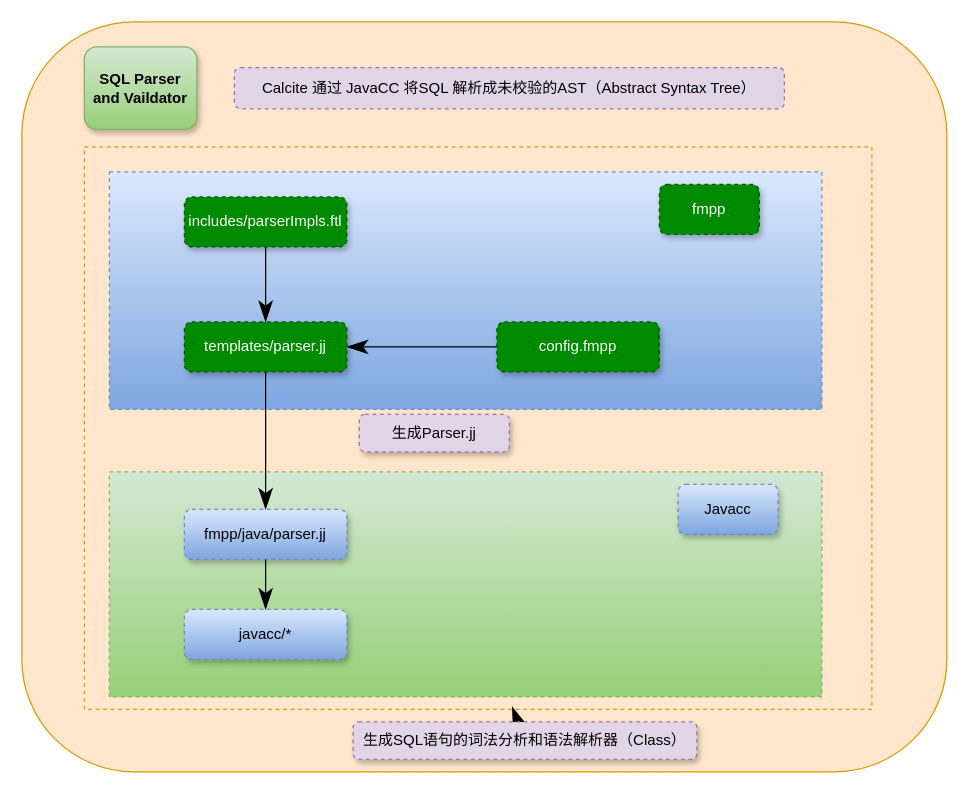
This is sql_parser.drawio from arlottang/tdh_bit, a draw.io file, before an edit. Source tidied: cells renumbered, new cells numbered last; positions are measured from the earlier drawing's top-left corner, leaving out a move shared by most shapes. Both pictures are drawn from the tidied source at 125%, with x=0, y=0 at pixel (21, 21).
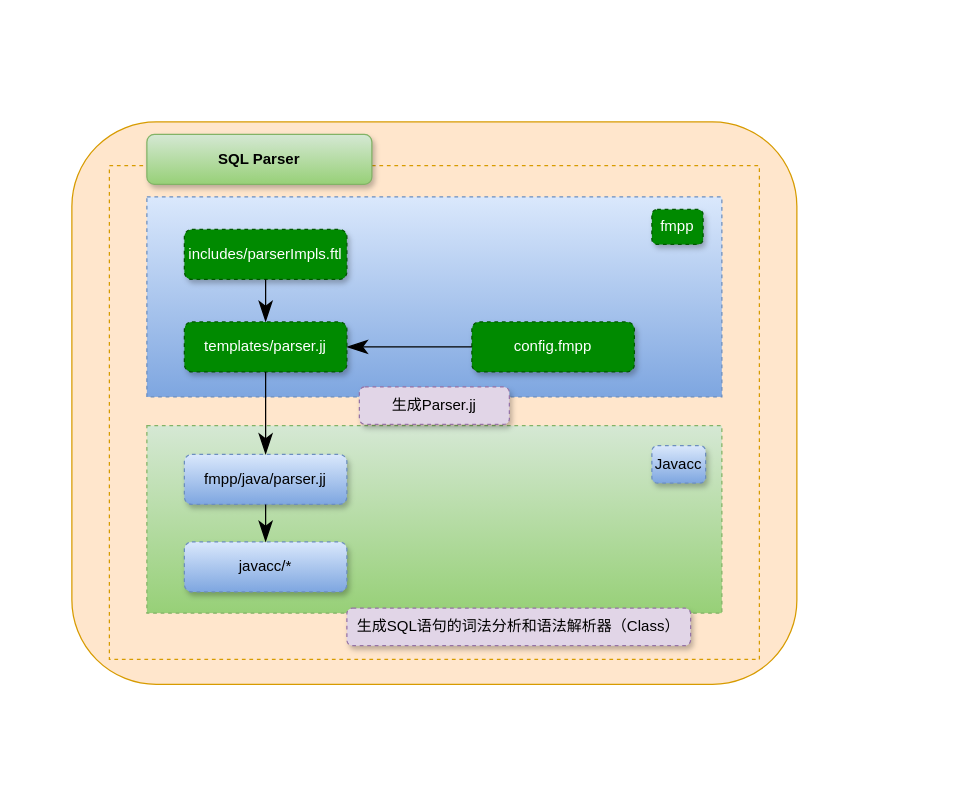
Above is the later version.

The edit, as a diff of the source:
```diff
@@
     <mxCell id="2" style="rounded=1;whiteSpace=wrap;html=1;hachureGap=4;fillColor=#ffe6cc;strokeColor=#d79b00;" parent="1" vertex="1">
-      <mxGeometry width="740" height="600" as="geometry" />
+      <mxGeometry x="40" y="80" width="580" height="450" as="geometry" />
     </mxCell>
-    <mxCell id="3" value="SQL Parser&lt;br&gt;and Vaildator" style="rounded=1;whiteSpace=wrap;html=1;shadow=1;glass=0;hachureGap=4;strokeWidth=1;fillColor=#d5e8d4;fontStyle=1;strokeColor=#82b366;gradientColor=#97d077;" parent="1" vertex="1">
-      <mxGeometry x="50" y="20" width="90" height="66" as="geometry" />
-    </mxCell>
     <mxCell id="4" style="rounded=0;whiteSpace=wrap;html=1;hachureGap=4;dashed=1;fillColor=#ffe6cc;strokeColor=#d79b00;" parent="1" vertex="1">
-      <mxGeometry x="50" y="100" width="630" height="450" as="geometry" />
+      <mxGeometry x="70" y="115" width="520" height="395" as="geometry" />
     </mxCell>
-    <mxCell id="5" value="Calcite 通过 JavaCC 将SQL 解析成未校验的AST（Abstract Syntax Tree）" style="rounded=1;whiteSpace=wrap;html=1;dashed=1;hachureGap=4;fillColor=#e1d5e7;strokeColor=#9673a6;" parent="1" vertex="1">
-      <mxGeometry x="170" y="36.5" width="440" height="33" as="geometry" />
-    </mxCell>
     <mxCell id="6" style="rounded=0;whiteSpace=wrap;html=1;dashed=1;hachureGap=4;fillColor=#dae8fc;strokeColor=#6c8ebf;gradientColor=#7ea6e0;" parent="1" vertex="1">
-      <mxGeometry x="70" y="120" width="570" height="190" as="geometry" />
+      <mxGeometry x="100" y="140" width="460" height="160" as="geometry" />
     </mxCell>
     <mxCell id="7" value="includes/parserImpls.ftl" style="rounded=1;whiteSpace=wrap;html=1;dashed=1;hachureGap=4;fillColor=#008a00;strokeColor=#005700;fontColor=#ffffff;shadow=1;" parent="1" vertex="1">
-      <mxGeometry x="130" y="140" width="130" height="40" as="geometry" />
+      <mxGeometry x="130" y="166" width="130" height="40" as="geometry" />
     </mxCell>
@@
     <mxCell id="9" value="fmpp" style="rounded=1;whiteSpace=wrap;html=1;dashed=1;hachureGap=4;shadow=1;fillColor=#008a00;strokeColor=#005700;fontColor=#ffffff;" parent="1" vertex="1">
-      <mxGeometry x="510" y="130" width="80" height="40" as="geometry" />
+      <mxGeometry x="504" y="150" width="41" height="28" as="geometry" />
     </mxCell>
     <mxCell id="10" value="config.fmpp" style="rounded=1;whiteSpace=wrap;html=1;dashed=1;hachureGap=4;fillColor=#008a00;strokeColor=#005700;fontColor=#ffffff;shadow=1;" parent="1" vertex="1">
-      <mxGeometry x="380" y="240" width="130" height="40" as="geometry" />
+      <mxGeometry x="360" y="240" width="130" height="40" as="geometry" />
     </mxCell>
@@
     <mxCell id="13" style="rounded=0;whiteSpace=wrap;html=1;dashed=1;hachureGap=4;fillColor=#d5e8d4;strokeColor=#82b366;gradientColor=#97d077;" parent="1" vertex="1">
-      <mxGeometry x="70" y="360" width="570" height="180" as="geometry" />
+      <mxGeometry x="100" y="323" width="460" height="150" as="geometry" />
     </mxCell>
     <mxCell id="14" value="Javacc" style="rounded=1;whiteSpace=wrap;html=1;dashed=1;hachureGap=4;shadow=1;fillColor=#dae8fc;strokeColor=#6c8ebf;gradientColor=#7ea6e0;" parent="1" vertex="1">
-      <mxGeometry x="525" y="370" width="80" height="40" as="geometry" />
+      <mxGeometry x="504" y="339" width="43" height="30" as="geometry" />
     </mxCell>
     <mxCell id="15" value="fmpp/java/parser.jj" style="rounded=1;whiteSpace=wrap;html=1;dashed=1;hachureGap=4;fillColor=#dae8fc;strokeColor=#6c8ebf;shadow=1;gradientColor=#7ea6e0;" parent="1" vertex="1">
-      <mxGeometry x="130" y="390" width="130" height="40" as="geometry" />
+      <mxGeometry x="130" y="346" width="130" height="40" as="geometry" />
     </mxCell>
     <mxCell id="16" value="javacc/*" style="rounded=1;whiteSpace=wrap;html=1;dashed=1;hachureGap=4;fillColor=#dae8fc;strokeColor=#6c8ebf;shadow=1;gradientColor=#7ea6e0;" parent="1" vertex="1">
-      <mxGeometry x="130" y="470" width="130" height="40" as="geometry" />
+      <mxGeometry x="130" y="416" width="130" height="40" as="geometry" />
     </mxCell>
@@
     <mxCell id="19" value="生成Parser.jj" style="rounded=1;whiteSpace=wrap;html=1;shadow=1;glass=0;dashed=1;hachureGap=4;fillColor=#e1d5e7;strokeColor=#9673a6;" parent="1" vertex="1">
-      <mxGeometry x="270" y="314" width="120" height="30" as="geometry" />
+      <mxGeometry x="270" y="292" width="120" height="30" as="geometry" />
     </mxCell>
-    <mxCell id="20" style="edgeStyle=none;curved=1;rounded=0;jettySize=auto;html=1;endArrow=classicThin;endFill=1;startSize=14;endSize=14;sourcePerimeterSpacing=8;targetPerimeterSpacing=8;" parent="1" edge="1" source="21" target="13">
-      <mxGeometry relative="1" as="geometry" />
-    </mxCell>
     <mxCell id="21" value="生成SQL语句的词法分析和语法解析器（Class）" style="rounded=1;whiteSpace=wrap;html=1;shadow=1;glass=0;dashed=1;hachureGap=4;fillColor=#e1d5e7;strokeColor=#9673a6;" parent="1" vertex="1">
-      <mxGeometry x="265" y="560" width="275" height="30" as="geometry" />
+      <mxGeometry x="260" y="469" width="275" height="30" as="geometry" />
     </mxCell>
+    <mxCell id="3" value="SQL Parser" style="rounded=1;whiteSpace=wrap;html=1;shadow=1;glass=0;hachureGap=4;strokeWidth=1;fillColor=#d5e8d4;fontStyle=1;strokeColor=#82b366;gradientColor=#97d077;" parent="1" vertex="1">
+      <mxGeometry x="100" y="90" width="180" height="40" as="geometry" />
+    </mxCell>
```
